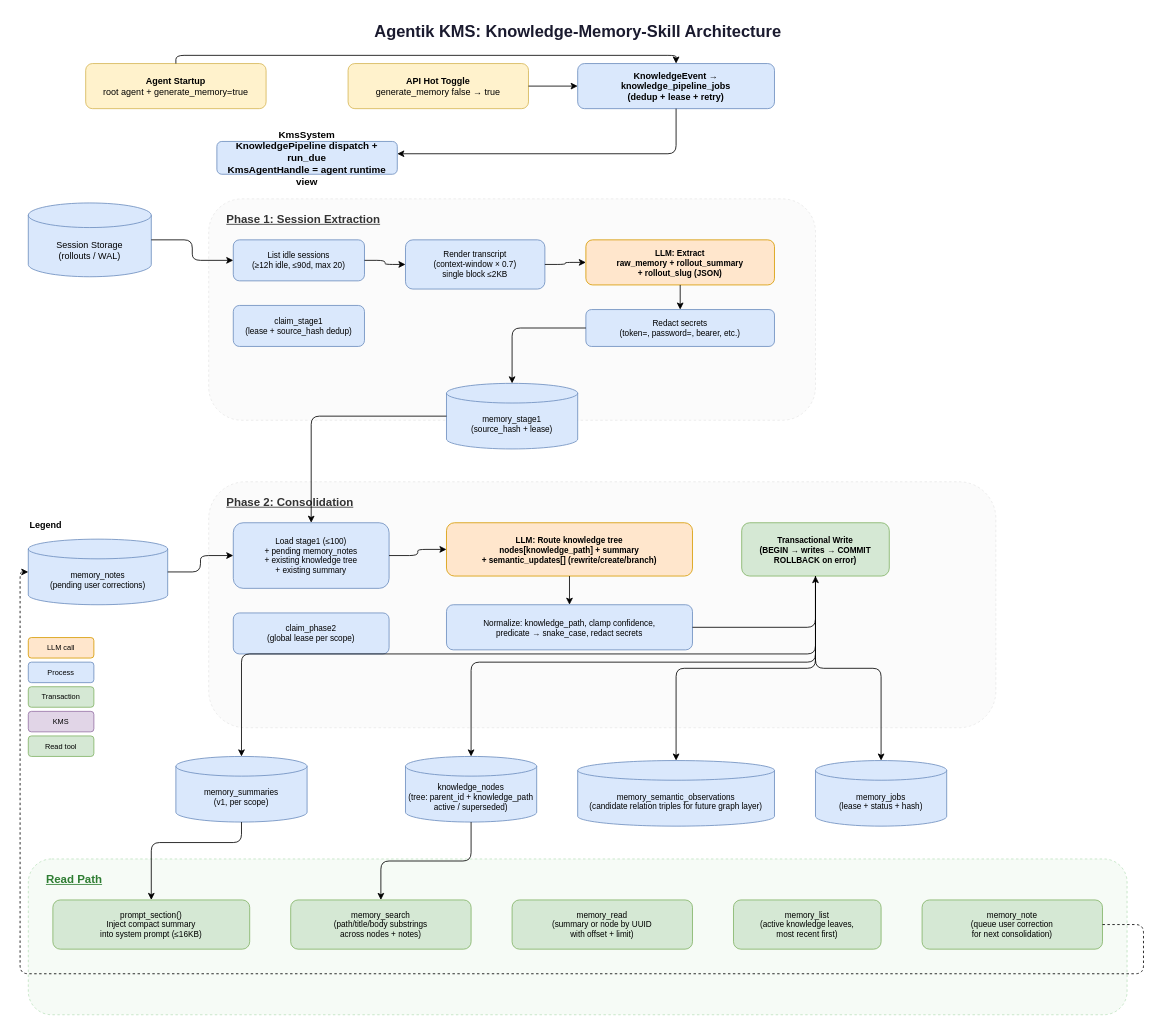
auto-nomics/autonomics keeps this draw.io diagram as crates/agentik-kms/architecture.drawio. Above is the earlier version. Source tidied: cells renumbered, new cells numbered last; positions are measured from the earlier drawing's top-left corner, leaving out a move shared by most shapes. Both pictures are drawn from the tidied source at 82%, with x=0, y=0 at pixel (20, 14).
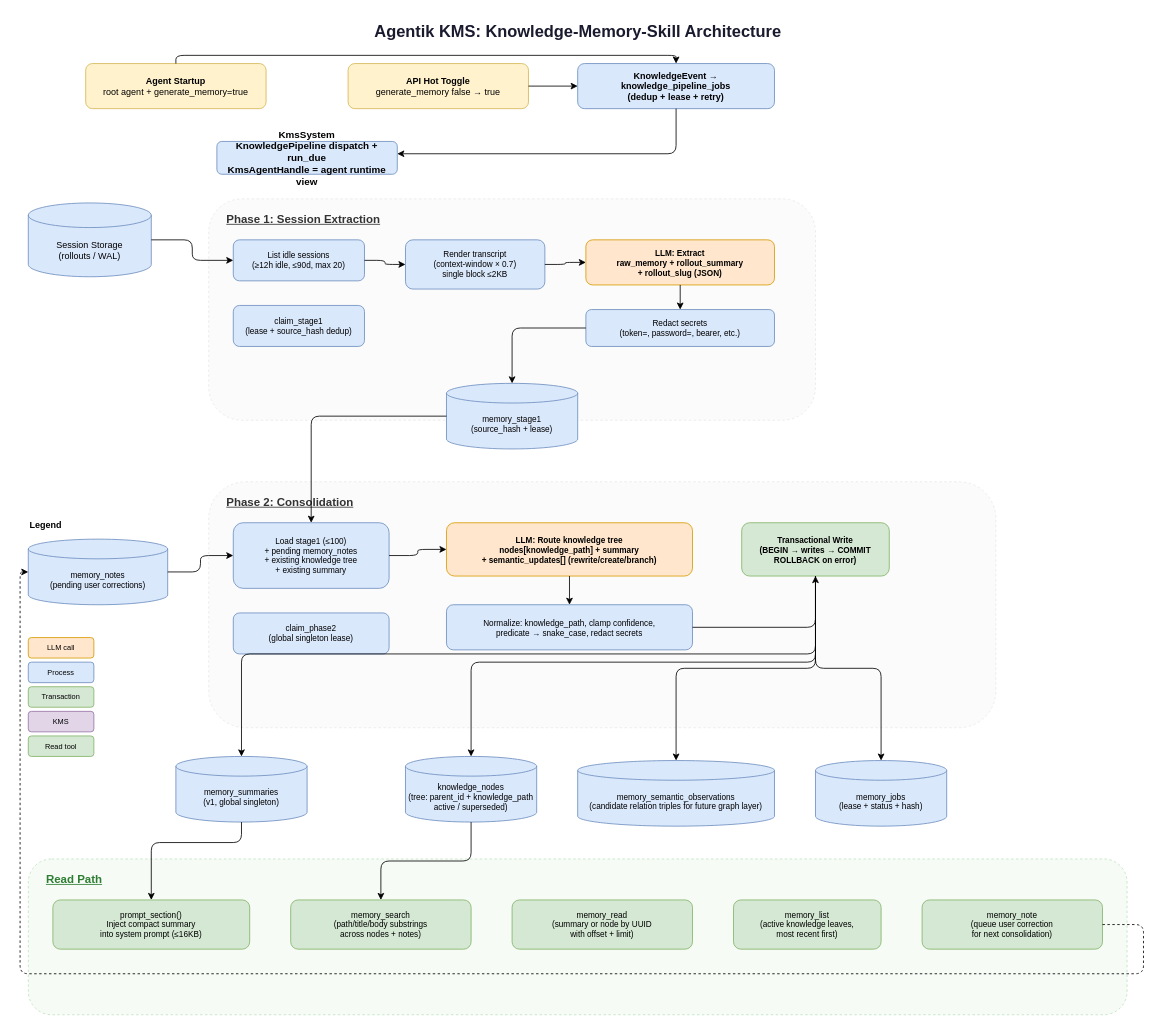
Above is the later version.

Change to the diagram source:
```diff
@@
-    <mxCell id="27" value="claim_phase2&#10;(global lease per scope)" style="rounded=1;whiteSpace=wrap;html=1;fillColor=#dae8fc;strokeColor=#6c8ebf;fontSize=10;" parent="1" vertex="1">
+    <mxCell id="27" value="claim_phase2&#10;(global singleton lease)" style="rounded=1;whiteSpace=wrap;html=1;fillColor=#dae8fc;strokeColor=#6c8ebf;fontSize=10;" parent="1" vertex="1">
       <mxGeometry x="260" y="730" width="190" height="50" as="geometry" />
     </mxCell>
@@
-    <mxCell id="38" value="memory_summaries&#10;(v1, per scope)" style="shape=cylinder3;whiteSpace=wrap;html=1;boundedLbl=1;backgroundOutline=1;size=12;fillColor=#dae8fc;strokeColor=#6c8ebf;fontSize=10;" parent="1" vertex="1">
+    <mxCell id="38" value="memory_summaries&#10;(v1, global singleton)" style="shape=cylinder3;whiteSpace=wrap;html=1;boundedLbl=1;backgroundOutline=1;size=12;fillColor=#dae8fc;strokeColor=#6c8ebf;fontSize=10;" parent="1" vertex="1">
       <mxGeometry x="190" y="905" width="160" height="80" as="geometry" />
     </mxCell>
```
